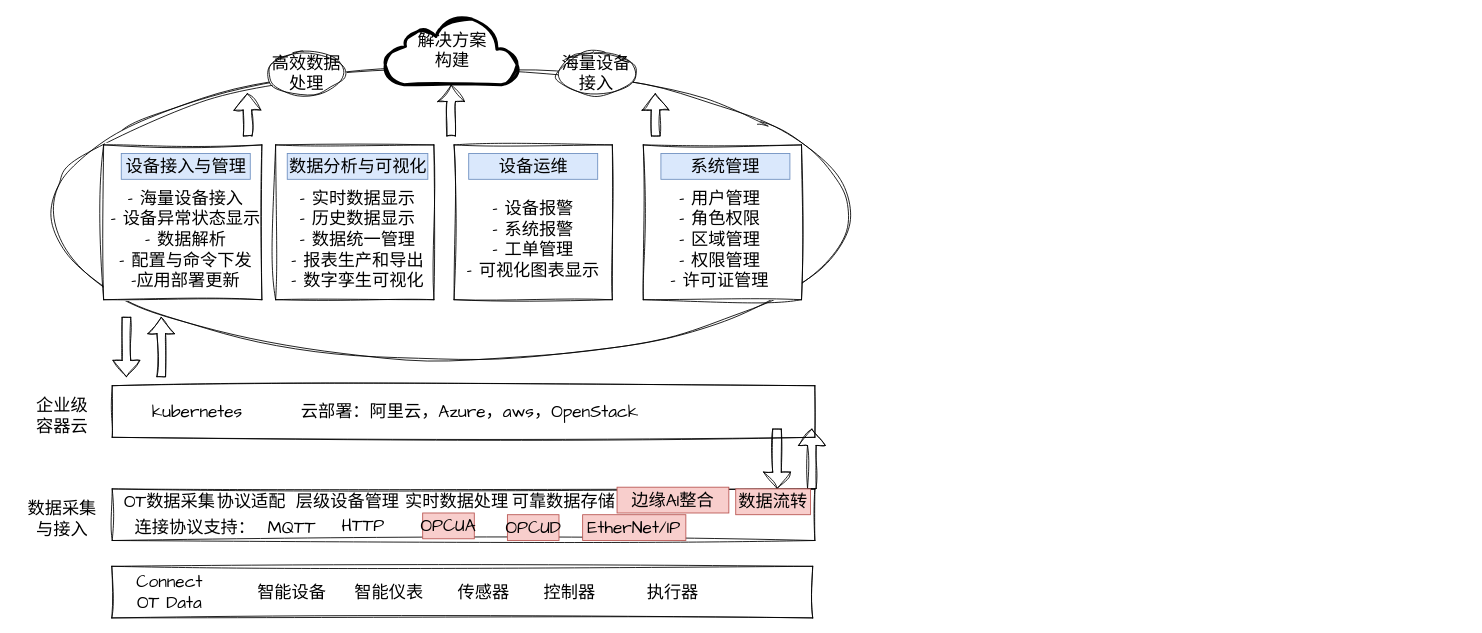
The draw.io diagram page "IoTSuite" (3 of 3) of qiwu.drawio in viking-wj/software, before the edit. Source tidied: cells renumbered, new cells numbered last; positions are measured from the earlier drawing's top-left corner, leaving out a move shared by most shapes. Both pictures are drawn from the tidied source at 86%, with x=0, y=0 at pixel (15, 15).
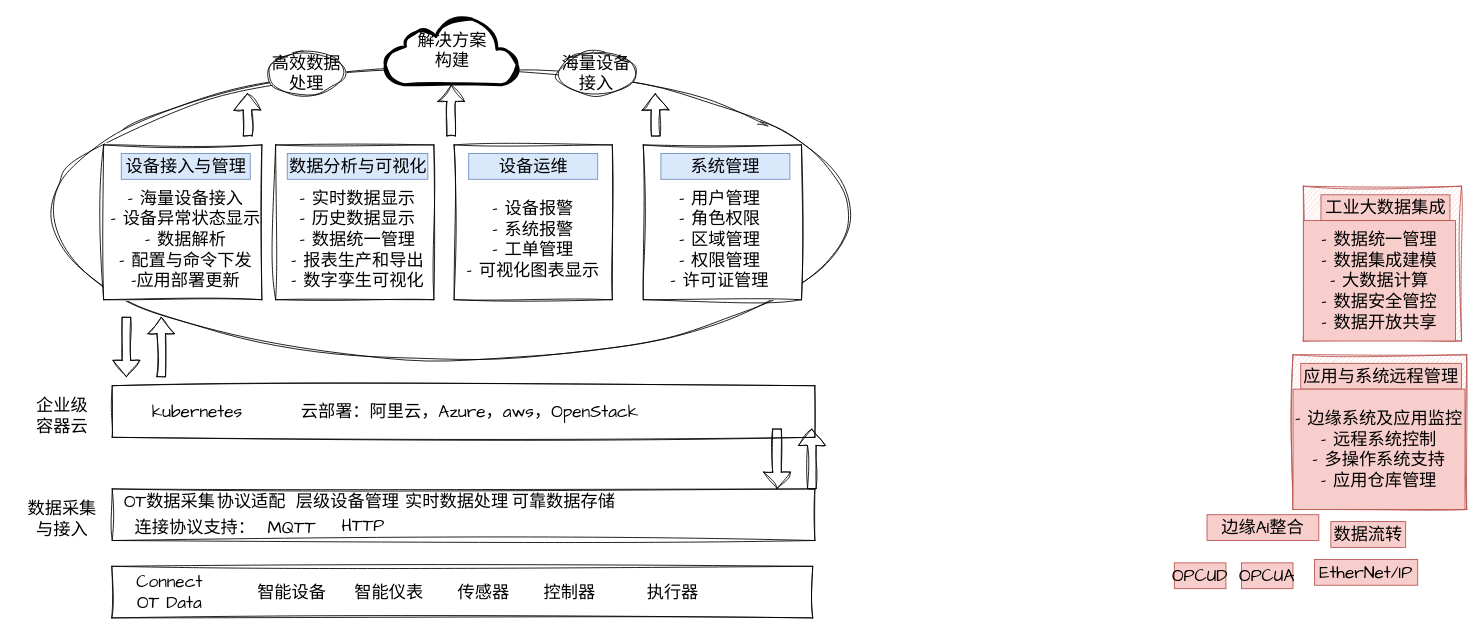
The same diagram, later.

The edit, as a diff of the source:
```diff
@@
     <mxCell id="46" value="OPCUA" style="text;html=1;strokeColor=#b85450;fillColor=#f8cecc;align=center;verticalAlign=middle;whiteSpace=wrap;rounded=0;fontSize=20;fontFamily=Architects Daughter;" parent="1" vertex="1">
-      <mxGeometry x="474" y="578" width="60" height="30" as="geometry" />
+      <mxGeometry x="1426" y="636" width="60" height="30" as="geometry" />
     </mxCell>
     <mxCell id="47" value="OPCUD" style="text;html=1;strokeColor=#b85450;fillColor=#f8cecc;align=center;verticalAlign=middle;whiteSpace=wrap;rounded=0;fontSize=20;fontFamily=Architects Daughter;" parent="1" vertex="1">
-      <mxGeometry x="572.5" y="580" width="60" height="30" as="geometry" />
+      <mxGeometry x="1348" y="636" width="60" height="30" as="geometry" />
     </mxCell>
     <mxCell id="48" value="EtherNet/IP" style="text;html=1;strokeColor=#b85450;fillColor=#f8cecc;align=center;verticalAlign=middle;whiteSpace=wrap;rounded=0;fontSize=20;fontFamily=Architects Daughter;" parent="1" vertex="1">
-      <mxGeometry x="660" y="580" width="120" height="30" as="geometry" />
+      <mxGeometry x="1511" y="632" width="120" height="30" as="geometry" />
     </mxCell>
     <mxCell id="49" value="边缘AI整合" style="text;html=1;strokeColor=#b85450;fillColor=#f8cecc;align=center;verticalAlign=middle;whiteSpace=wrap;rounded=0;fontSize=20;fontFamily=Architects Daughter;" parent="1" vertex="1">
-      <mxGeometry x="700" y="548" width="130" height="30" as="geometry" />
+      <mxGeometry x="1386" y="580" width="130" height="30" as="geometry" />
     </mxCell>
     <mxCell id="50" value="数据流转" style="text;html=1;strokeColor=#b85450;fillColor=#f8cecc;align=center;verticalAlign=middle;whiteSpace=wrap;rounded=0;fontSize=20;fontFamily=Architects Daughter;" parent="1" vertex="1">
-      <mxGeometry x="838" y="550" width="87" height="30" as="geometry" />
+      <mxGeometry x="1530" y="588" width="87" height="30" as="geometry" />
     </mxCell>
+    <mxCell id="51" style="rounded=0;whiteSpace=wrap;html=1;sketch=1;hachureGap=4;jiggle=2;curveFitting=1;fontFamily=Architects Daughter;fontSize=20;fillColor=#f8cecc;strokeColor=#b85450;" parent="1" vertex="1">
+      <mxGeometry x="1498" y="198" width="184" height="180" as="geometry" />
+    </mxCell>
+    <mxCell id="52" value="工业大数据集成" style="text;html=1;strokeColor=#b85450;fillColor=#f8cecc;align=center;verticalAlign=middle;whiteSpace=wrap;rounded=0;fontSize=20;fontFamily=Architects Daughter;" parent="1" vertex="1">
+      <mxGeometry x="1518.5" y="208" width="150" height="30" as="geometry" />
+    </mxCell>
+    <mxCell id="53" value="- 数据统一管理&lt;br&gt;- 数据集成建模&lt;br&gt;- 大数据计算&lt;br&gt;- 数据安全管控&lt;br&gt;- 数据开放共享" style="text;html=1;strokeColor=#b85450;fillColor=#f8cecc;align=center;verticalAlign=middle;whiteSpace=wrap;rounded=0;fontSize=20;fontFamily=Architects Daughter;" parent="1" vertex="1">
+      <mxGeometry x="1498" y="238" width="177" height="140" as="geometry" />
+    </mxCell>
+    <mxCell id="54" style="rounded=0;whiteSpace=wrap;html=1;sketch=1;hachureGap=4;jiggle=2;curveFitting=1;fontFamily=Architects Daughter;fontSize=20;fillColor=#f8cecc;strokeColor=#b85450;" parent="1" vertex="1">
+      <mxGeometry x="1486" y="394" width="202" height="180" as="geometry" />
+    </mxCell>
+    <mxCell id="55" value="应用与系统远程管理" style="text;html=1;strokeColor=#b85450;fillColor=#f8cecc;align=center;verticalAlign=middle;whiteSpace=wrap;rounded=0;fontSize=20;fontFamily=Architects Daughter;" parent="1" vertex="1">
+      <mxGeometry x="1495" y="404" width="187" height="30" as="geometry" />
+    </mxCell>
+    <mxCell id="56" value="- 边缘系统及应用监控&lt;br&gt;- 远程系统控制&lt;br&gt;- 多操作系统支持&lt;br&gt;- 应用仓库管理" style="text;html=1;strokeColor=#b85450;fillColor=#f8cecc;align=center;verticalAlign=middle;whiteSpace=wrap;rounded=0;fontSize=20;fontFamily=Architects Daughter;" parent="1" vertex="1">
+      <mxGeometry x="1486" y="434" width="200" height="140" as="geometry" />
+    </mxCell>
```
